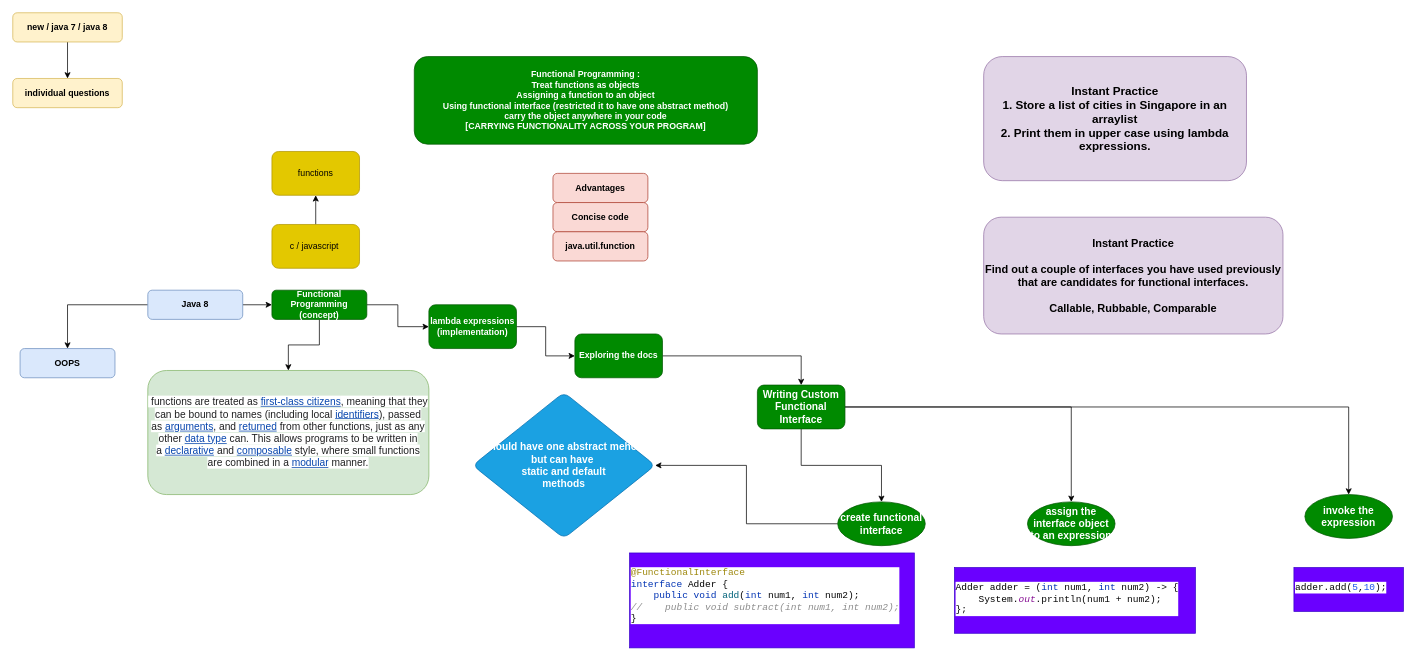
Above: page "Page-1" (1 of 2) of day1.drawio in nathub071122/natGIT (draw.io), before the change. Source tidied: cells renumbered, new cells numbered last; positions are measured from the earlier drawing's top-left corner, leaving out a move shared by most shapes. Both pictures are drawn from the tidied source at 73%, with x=0, y=0 at pixel (12, 12).
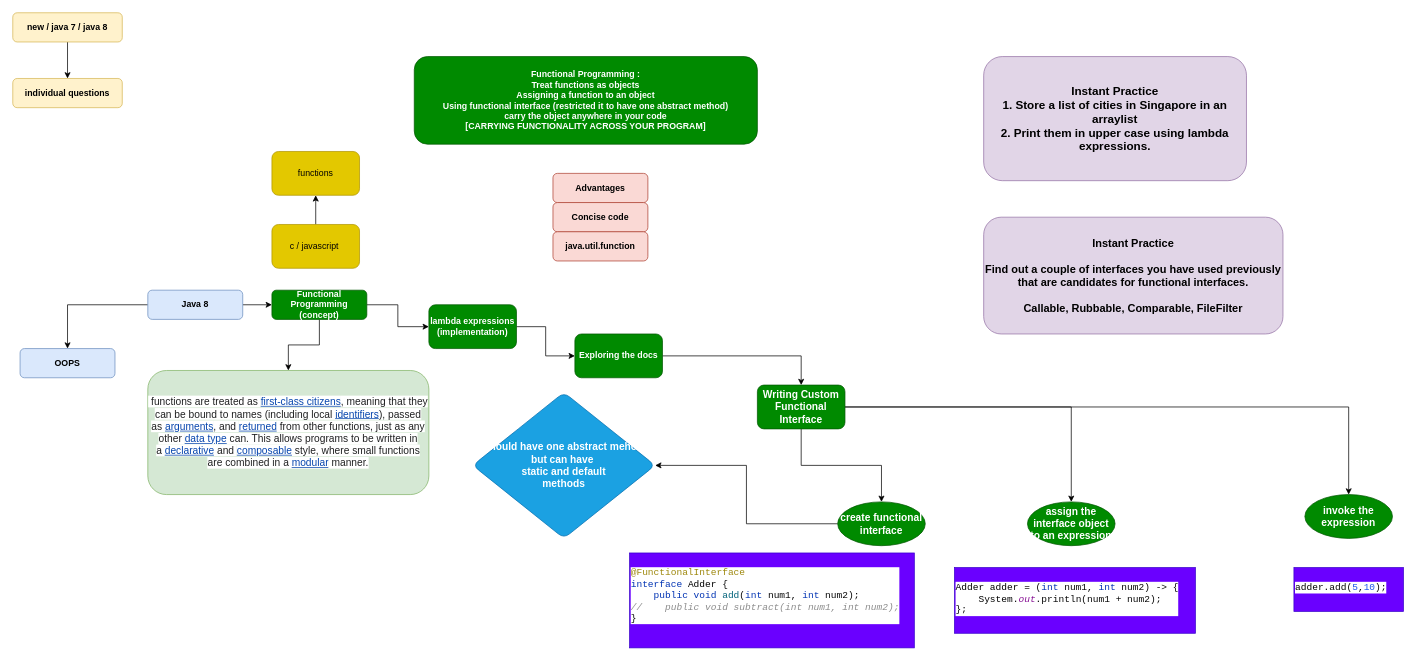
The same page after the edit.

The edit, as a diff of the source:
```diff
@@
-    <mxCell id="23" value="Instant Practice&lt;br style=&quot;font-size: 15px&quot;&gt;&lt;br style=&quot;font-size: 15px&quot;&gt;Find out a couple of interfaces you have used previously that are candidates for functional interfaces.&lt;br&gt;&lt;br&gt;Callable, Rubbable, Comparable" style="rounded=1;whiteSpace=wrap;html=1;fillColor=#e1d5e7;strokeColor=#9673a6;verticalAlign=middle;align=center;fontStyle=1;fontSize=15;" parent="1" vertex="1">
+    <mxCell id="23" value="Instant Practice&lt;br style=&quot;font-size: 15px&quot;&gt;&lt;br style=&quot;font-size: 15px&quot;&gt;Find out a couple of interfaces you have used previously that are candidates for functional interfaces.&lt;br&gt;&lt;br&gt;Callable, Rubbable, Comparable, FileFilter" style="rounded=1;whiteSpace=wrap;html=1;fillColor=#e1d5e7;strokeColor=#9673a6;verticalAlign=middle;align=center;fontStyle=1;fontSize=15;" parent="1" vertex="1">
       <mxGeometry x="1330" y="280" width="410" height="160" as="geometry" />
     </mxCell>
```
